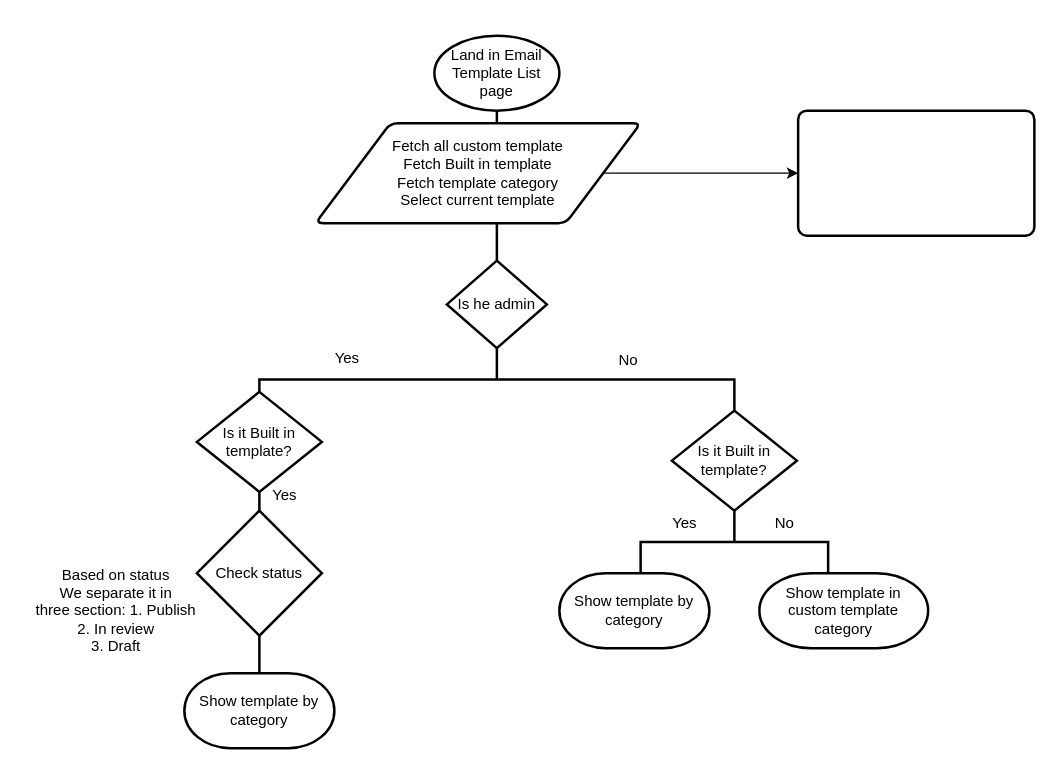
Earlier version of the draw.io diagram page "Page-1" (1 of 4) of Untitled Diagram.drawio (YakinRubaiat/yakinrubaiat.github.io4). Source tidied: cells renumbered, new cells numbered last; positions are measured from the earlier drawing's top-left corner, leaving out a move shared by most shapes. Both pictures are drawn from the tidied source at 125%, with x=0, y=0 at pixel (21, 35).
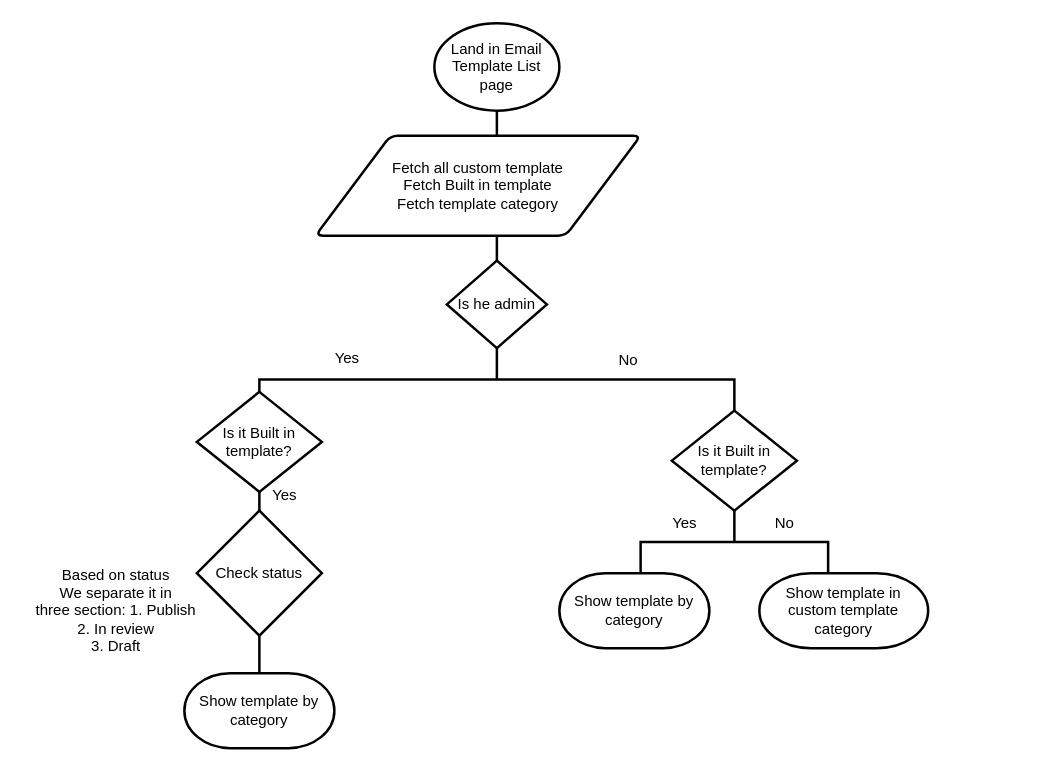
Above is the later version.

Commit message:
Email and SMS Template Diagram.drawio

The edit, as a diff of the source:
```diff
@@
     <mxCell id="2" value="Land in Email Template List page" style="strokeWidth=2;html=1;shape=mxgraph.flowchart.start_1;whiteSpace=wrap;" parent="1" vertex="1">
-      <mxGeometry x="330" width="100" height="60" as="geometry" />
+      <mxGeometry x="330" y="-10" width="100" height="70" as="geometry" />
     </mxCell>
@@
-    <mxCell id="10" style="edgeStyle=orthogonalEdgeStyle;rounded=0;jettySize=auto;html=1;exitX=1;exitY=0.5;exitDx=0;exitDy=0;" parent="1" edge="1" source="11" target="25">
-      <mxGeometry relative="1" as="geometry" />
-    </mxCell>
-    <mxCell id="11" value="Fetch all custom template&lt;br&gt;Fetch Built in template&lt;br&gt;&lt;div&gt;Fetch template category&lt;/div&gt;&lt;div&gt;Select current template&lt;/div&gt; " style="shape=parallelogram;html=1;strokeWidth=2;perimeter=parallelogramPerimeter;whiteSpace=wrap;rounded=1;arcSize=12;size=0.23;" parent="1" vertex="1">
-      <mxGeometry x="235" y="70" width="260" height="80" as="geometry" />
+    <mxCell id="11" value="Fetch all custom template&lt;br&gt;Fetch Built in template&lt;br&gt;&lt;div&gt;Fetch template category&lt;/div&gt; " style="shape=parallelogram;html=1;strokeWidth=2;perimeter=parallelogramPerimeter;whiteSpace=wrap;rounded=1;arcSize=12;size=0.23;" parent="1" vertex="1">
+      <mxGeometry x="235" y="80" width="260" height="80" as="geometry" />
     </mxCell>
     <mxCell id="12" style="line;strokeWidth=2;direction=south;html=1;" parent="1" vertex="1">
-      <mxGeometry x="375" y="150" width="10" height="30" as="geometry" />
+      <mxGeometry x="375" y="160" width="10" height="20" as="geometry" />
     </mxCell>
@@
-    <mxCell id="25" style="rounded=1;whiteSpace=wrap;html=1;absoluteArcSize=1;arcSize=14;strokeWidth=2;" parent="1" vertex="1">
-      <mxGeometry x="621" y="60" width="189" height="100" as="geometry" />
-    </mxCell>
```
